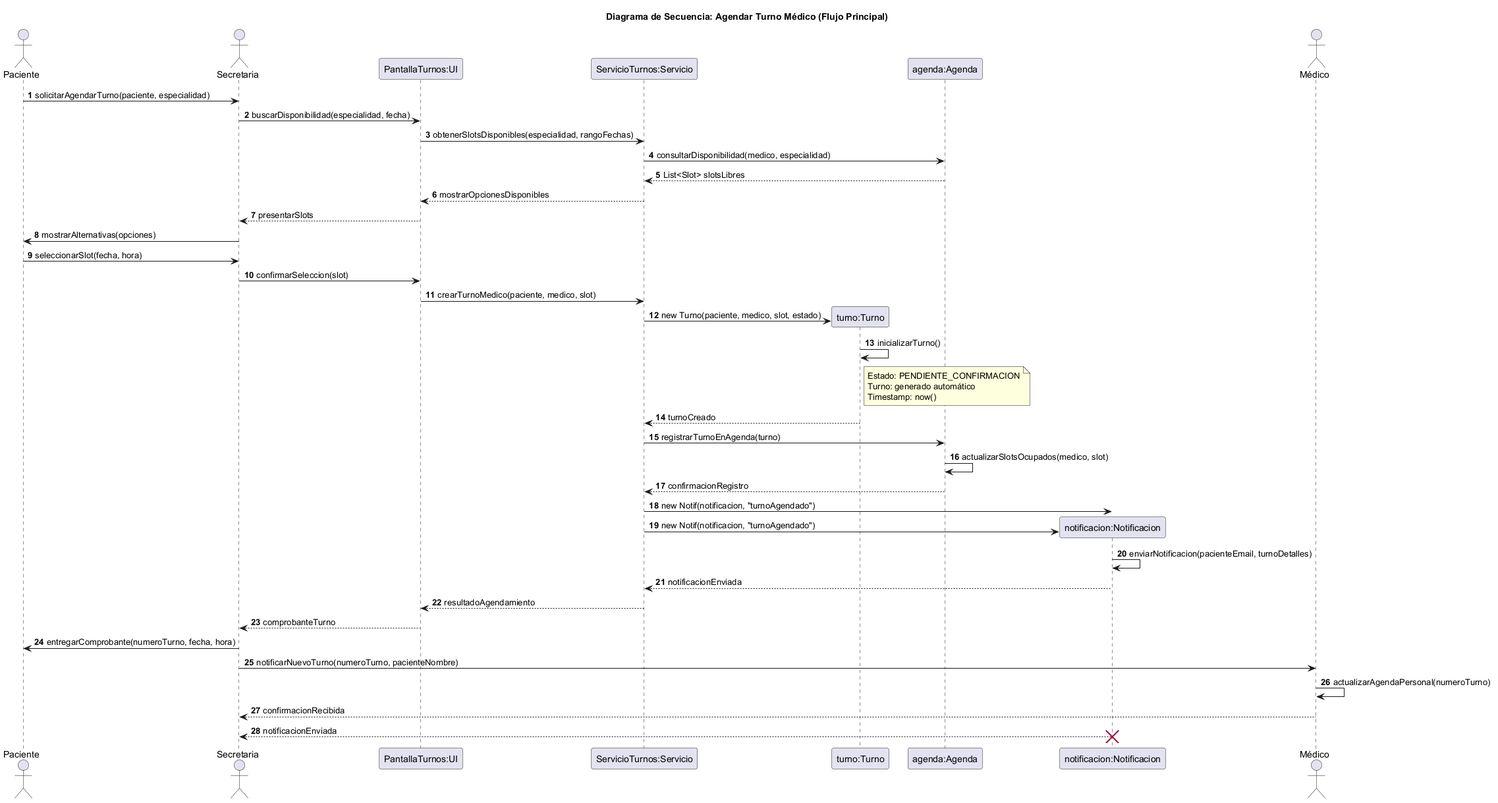
The PlantUML diagram diagramas/05-diagramas-secuencia/05-secuencia-agendar-turno-flujo-principal-01.png in Purezaamor/SistemaTurnosMedicos, before a commit.
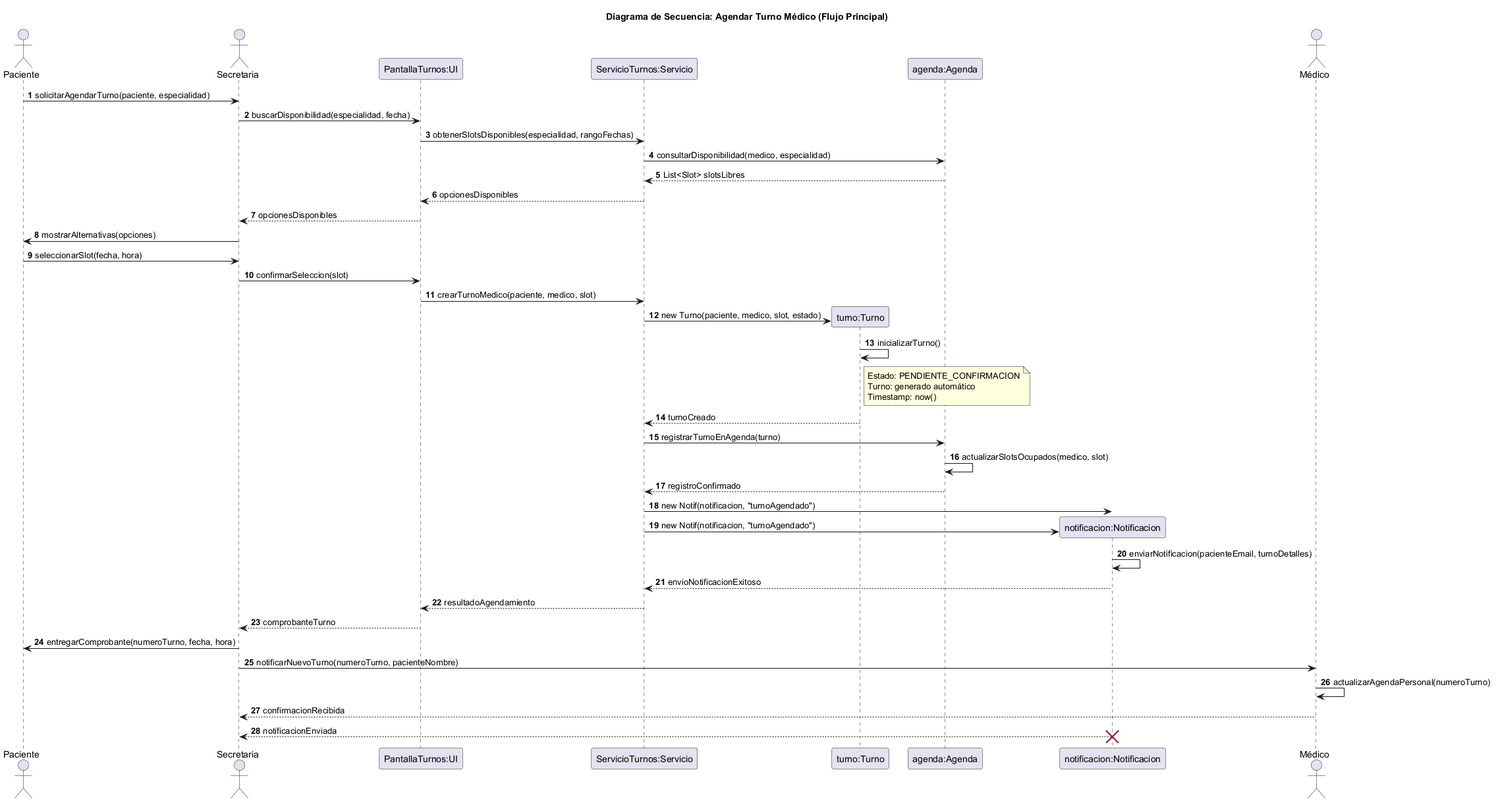
The same diagram one commit later.

Commit message:
Se corrigen archivos diagramas-secuencia

The edit, as a diff of the source:
```diff
@@ -17,8 +17,8 @@
 UI -> Servicio: obtenerSlotsDisponibles(especialidad, rangoFechas)
 Servicio -> Agenda: consultarDisponibilidad(medico, especialidad)
 Agenda --> Servicio: List<Slot> slotsLibres
-Servicio --> UI: mostrarOpcionesDisponibles
-UI --> Secretaria: presentarSlots
+Servicio --> UI: opcionesDisponibles
+UI --> Secretaria: opcionesDisponibles
 Secretaria -> Paciente: mostrarAlternativas(opciones)
 Paciente -> Secretaria: seleccionarSlot(fecha, hora)
 Secretaria -> UI: confirmarSeleccion(slot)
@@ -34,12 +34,12 @@
 Turno --> Servicio: turnoCreado
 Servicio -> Agenda: registrarTurnoEnAgenda(turno)
 Agenda -> Agenda: actualizarSlotsOcupados(medico, slot)
-Agenda --> Servicio: confirmacionRegistro
+Agenda --> Servicio: registroConfirmado
 Servicio -> Notif: new Notif(notificacion, "turnoAgendado")
 create Notif
 Servicio -> Notif: new Notif(notificacion, "turnoAgendado")
 Notif -> Notif: enviarNotificacion(pacienteEmail, turnoDetalles)
-Notif --> Servicio: notificacionEnviada
+Notif --> Servicio: envioNotificacionExitoso
 Servicio --> UI: resultadoAgendamiento
 UI --> Secretaria: comprobanteTurno
 Secretaria -> Paciente: entregarComprobante(numeroTurno, fecha, hora)
```
